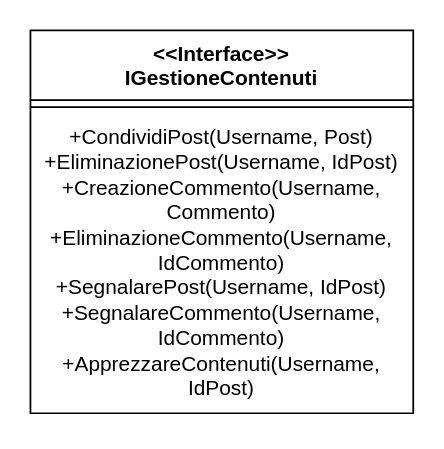
Above: uml/GestioneContenuti Interface.drawio in Iannicc/Pet-Party (draw.io), before the change. Source tidied: cells renumbered, new cells numbered last; positions are measured from the earlier drawing's top-left corner, leaving out a move shared by most shapes. Both pictures are drawn from the tidied source at 174%, with x=0, y=0 at pixel (30, 30).
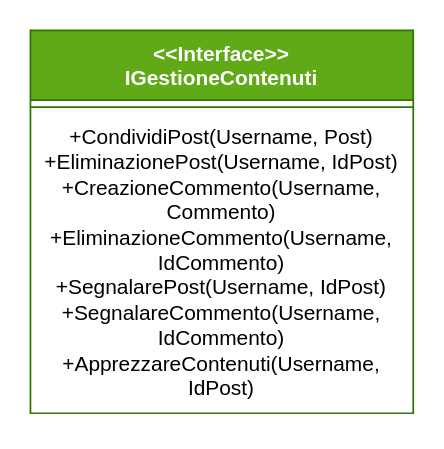
The same diagram, later.

Diff of the diagram source:
```diff
@@
 <mxGraphModel>
   <root>
     <mxCell id="0" />
     <mxCell id="1" parent="0" />
-    <mxCell id="2" value="&lt;div&gt;&amp;lt;&amp;lt;Interface&amp;gt;&amp;gt;&lt;/div&gt;&lt;div&gt;IGestioneContenuti&lt;br&gt;&lt;/div&gt;" style="swimlane;fontStyle=1;align=center;verticalAlign=top;horizontal=1;startSize=40;whiteSpace=wrap;html=1;" parent="1" vertex="1">
+    <mxCell id="2" value="&lt;div&gt;&amp;lt;&amp;lt;Interface&amp;gt;&amp;gt;&lt;/div&gt;&lt;div&gt;IGestioneContenuti&lt;br&gt;&lt;/div&gt;" style="swimlane;fontStyle=1;align=center;verticalAlign=top;horizontal=1;startSize=40;whiteSpace=wrap;html=1;fillColor=#60a917;fontColor=#ffffff;strokeColor=#2D7600;" parent="1" vertex="1">
       <mxGeometry width="220" height="220" as="geometry" />
     </mxCell>
     <mxCell id="3" style="line;strokeWidth=1;fillColor=none;align=left;verticalAlign=middle;spacingTop=-1;spacingLeft=3;spacingRight=3;labelPosition=right;strokeColor=inherit;" parent="2" vertex="1">
       <mxGeometry y="40" width="220" height="8" as="geometry" />
     </mxCell>
     <mxCell id="4" value="&lt;div&gt;+CondividiPost(Username, Post)&lt;/div&gt;&lt;div&gt;+EliminazionePost(Username, IdPost)&lt;/div&gt;&lt;div&gt;+CreazioneCommento(Username, Commento)&lt;/div&gt;&lt;div&gt;+EliminazioneCommento(Username, IdCommento)&lt;/div&gt;&lt;div&gt;+SegnalarePost(Username, IdPost)&lt;/div&gt;&lt;div&gt;+SegnalareCommento(Username, IdCommento)&lt;/div&gt;&lt;div&gt;+ApprezzareContenuti(Username, IdPost)&lt;br&gt;&lt;/div&gt;" style="text;strokeColor=none;fillColor=none;align=center;verticalAlign=top;spacingLeft=4;spacingRight=4;overflow=hidden;whiteSpace=wrap;html=1;" parent="2" vertex="1">
       <mxGeometry y="48" width="220" height="172" as="geometry" />
     </mxCell>
   </root>
 </mxGraphModel>
```
